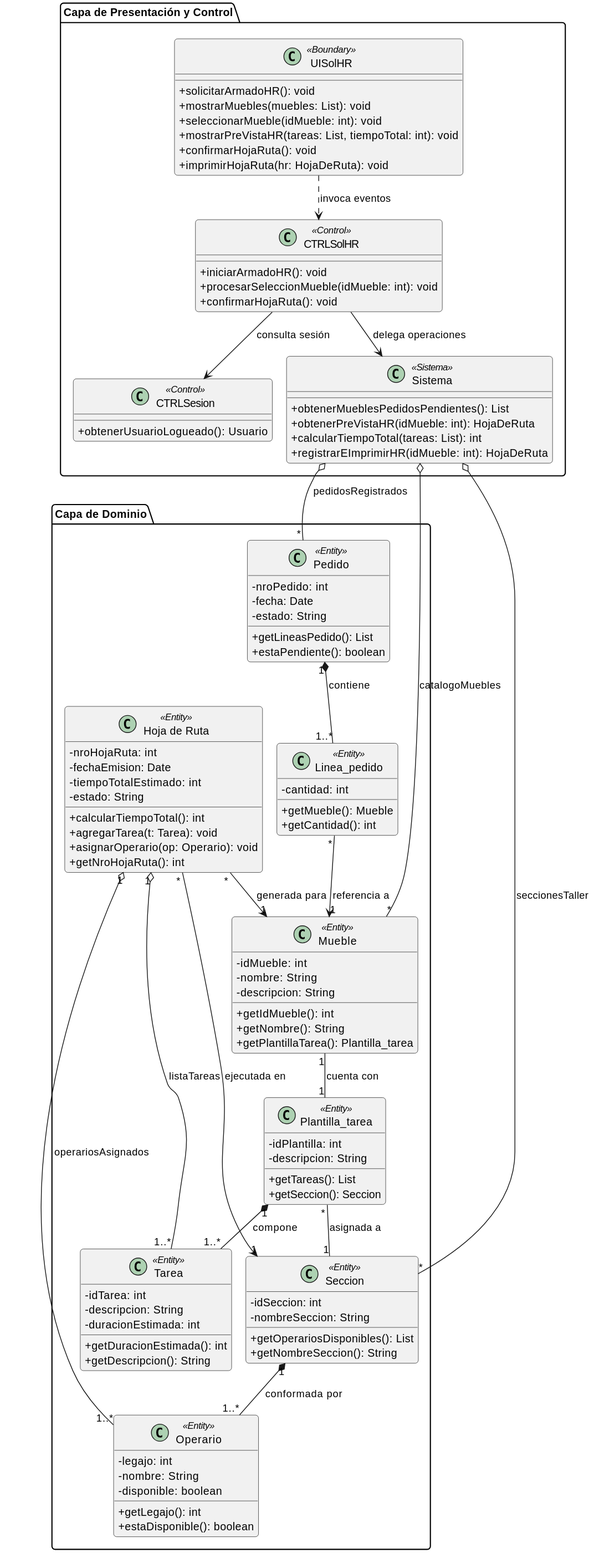
The PlantUML diagram modelos/03/02-diagrama-clases/clases_armar_hoja_de_ruta.svg in sandobaitt/dsi-2026, before a commit.
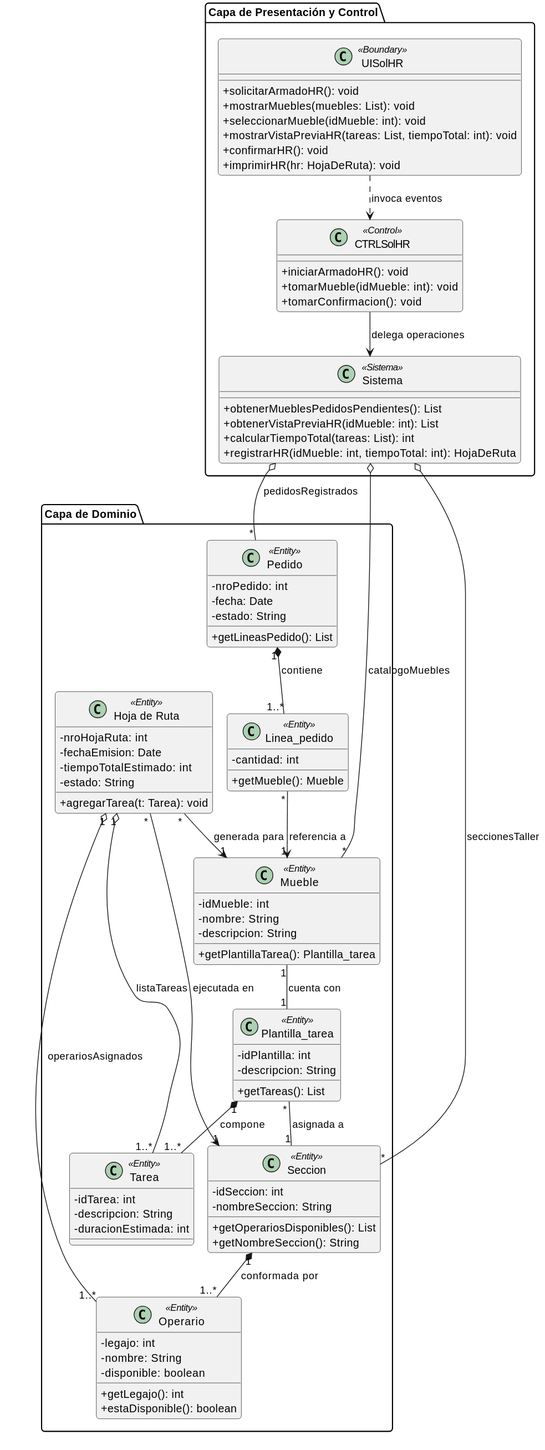
After the commit.

Diff of the diagram source:
```diff
@@ -13,26 +13,22 @@
         + solicitarArmadoHR(): void
         + mostrarMuebles(muebles: List): void
         + seleccionarMueble(idMueble: int): void
-        + mostrarPreVistaHR(tareas: List, tiempoTotal: int): void
-        + confirmarHojaRuta(): void
-        + imprimirHojaRuta(hr: HojaDeRuta): void
+        + mostrarVistaPreviaHR(tareas: List, tiempoTotal: int): void
+        + confirmarHR(): void
+        + imprimirHR(hr: HojaDeRuta): void
     }
 
     class "CTRLSolHR" as CTRL <<Control>> {
         + iniciarArmadoHR(): void
-        + procesarSeleccionMueble(idMueble: int): void
-        + confirmarHojaRuta(): void
-    }
-
-    class "CTRLSesion" as CTRLSesion <<Control>> {
-        + obtenerUsuarioLogueado(): Usuario
+        + tomarMueble(idMueble: int): void
+        + tomarConfirmacion(): void
     }
 
     class "Sistema" as Sistema <<Sistema>> {
         + obtenerMueblesPedidosPendientes(): List
-        + obtenerPreVistaHR(idMueble: int): HojaDeRuta
+        + obtenerVistaPreviaHR(idMueble: int): List
         + calcularTiempoTotal(tareas: List): int
-        + registrarEImprimirHR(idMueble: int): HojaDeRuta
+        + registrarHR(idMueble: int, tiempoTotal: int): HojaDeRuta
     }
 }
 
@@ -43,21 +39,17 @@
         - fecha: Date
         - estado: String
         + getLineasPedido(): List
-        + estaPendiente(): boolean
     }
 
     class "Linea_pedido" as Linea_pedido <<Entity>> {
         - cantidad: int
         + getMueble(): Mueble
-        + getCantidad(): int
     }
 
     class "Mueble" as Mueble <<Entity>> {
         - idMueble: int
         - nombre: String
         - descripcion: String
-        + getIdMueble(): int
-        + getNombre(): String
         + getPlantillaTarea(): Plantilla_tarea
     }
 
@@ -65,15 +57,12 @@
         - idPlantilla: int
         - descripcion: String
         + getTareas(): List
-        + getSeccion(): Seccion
     }
 
     class "Tarea" as Tarea <<Entity>> {
         - idTarea: int
         - descripcion: String
         - duracionEstimada: int
-        + getDuracionEstimada(): int
-        + getDescripcion(): String
     }
 
     class "Seccion" as Seccion <<Entity>> {
@@ -96,16 +85,12 @@
         - fechaEmision: Date
         - tiempoTotalEstimado: int
         - estado: String
-        + calcularTiempoTotal(): int
         + agregarTarea(t: Tarea): void
-        + asignarOperario(op: Operario): void
-        + getNroHojaRuta(): int
     }
 }
 
 
 UI ..> CTRL : invoca eventos >
-CTRL --> CTRLSesion : consulta sesión >
 CTRL --> Sistema : delega operaciones >
 
 Sistema o-- "*" Pedido : pedidosRegistrados
```
